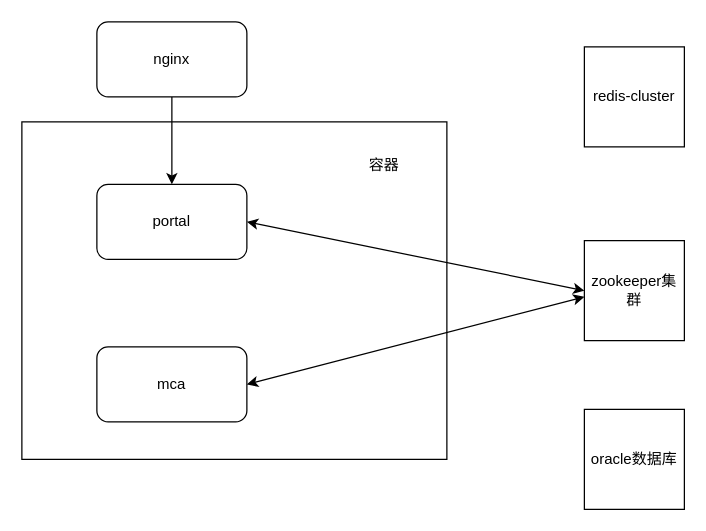
This is 2.drawio from xianyuenan/Testgit, a draw.io file, before an edit. Source tidied: cells renumbered, new cells numbered last; positions are measured from the earlier drawing's top-left corner, leaving out a move shared by most shapes. Both pictures are drawn from the tidied source at 125%, with x=0, y=0 at pixel (21, 21).
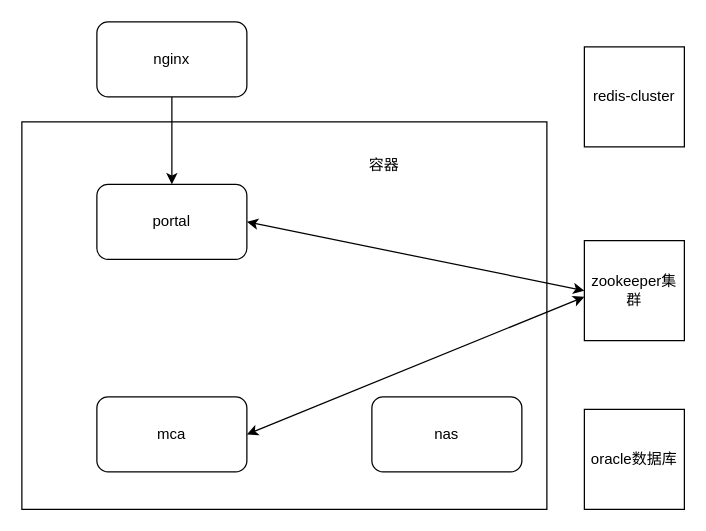
The same diagram, later.

Change to the diagram source:
```diff
@@
 <mxGraphModel>
   <root>
     <mxCell id="0" />
     <mxCell id="1" parent="0" />
     <mxCell id="2" style="rounded=0;whiteSpace=wrap;html=1;" parent="1" vertex="1">
-      <mxGeometry y="80" width="340" height="270" as="geometry" />
+      <mxGeometry y="80" width="420" height="310" as="geometry" />
     </mxCell>
     <mxCell id="3" value="nginx" style="rounded=1;whiteSpace=wrap;html=1;" parent="1" vertex="1">
       <mxGeometry x="60" width="120" height="60" as="geometry" />
     </mxCell>
     <mxCell id="4" value="portal" style="rounded=1;whiteSpace=wrap;html=1;" parent="1" vertex="1">
       <mxGeometry x="60" y="130" width="120" height="60" as="geometry" />
     </mxCell>
     <mxCell id="5" value="mca" style="rounded=1;whiteSpace=wrap;html=1;" parent="1" vertex="1">
-      <mxGeometry x="60" y="260" width="120" height="60" as="geometry" />
+      <mxGeometry x="60" y="300" width="120" height="60" as="geometry" />
     </mxCell>
     <mxCell id="6" value="redis-cluster" style="whiteSpace=wrap;html=1;" parent="1" vertex="1">
       <mxGeometry x="450" y="20" width="80" height="80" as="geometry" />
     </mxCell>
     <mxCell id="7" value="zookeeper集群" style="whiteSpace=wrap;html=1;" parent="1" vertex="1">
       <mxGeometry x="450" y="175" width="80" height="80" as="geometry" />
     </mxCell>
     <mxCell id="8" value="oracle数据库" style="whiteSpace=wrap;html=1;" parent="1" vertex="1">
       <mxGeometry x="450" y="310" width="80" height="80" as="geometry" />
     </mxCell>
     <mxCell id="9" value="容器" style="text;html=1;strokeColor=none;fillColor=none;align=center;verticalAlign=middle;whiteSpace=wrap;rounded=0;" parent="1" vertex="1">
       <mxGeometry x="260" y="100" width="60" height="30" as="geometry" />
     </mxCell>
     <mxCell id="10" style="endArrow=classic;html=1;rounded=0;exitX=0.5;exitY=1;exitDx=0;exitDy=0;" parent="1" edge="1" source="3" target="4">
       <mxGeometry relative="1" as="geometry" />
     </mxCell>
     <mxCell id="11" style="endArrow=classic;startArrow=classic;html=1;rounded=0;exitX=1;exitY=0.5;exitDx=0;exitDy=0;entryX=0;entryY=0.5;entryDx=0;entryDy=0;" parent="1" edge="1" source="4" target="7">
       <mxGeometry relative="1" as="geometry" />
     </mxCell>
     <mxCell id="12" style="endArrow=classic;startArrow=classic;html=1;rounded=0;exitX=1;exitY=0.5;exitDx=0;exitDy=0;" parent="1" edge="1" source="5">
       <mxGeometry relative="1" as="geometry">
         <mxPoint x="450" y="220" as="targetPoint" />
       </mxGeometry>
     </mxCell>
+    <mxCell id="13" value="nas" style="rounded=1;whiteSpace=wrap;html=1;" parent="1" vertex="1">
+      <mxGeometry x="280" y="300" width="120" height="60" as="geometry" />
+    </mxCell>
   </root>
 </mxGraphModel>
```
